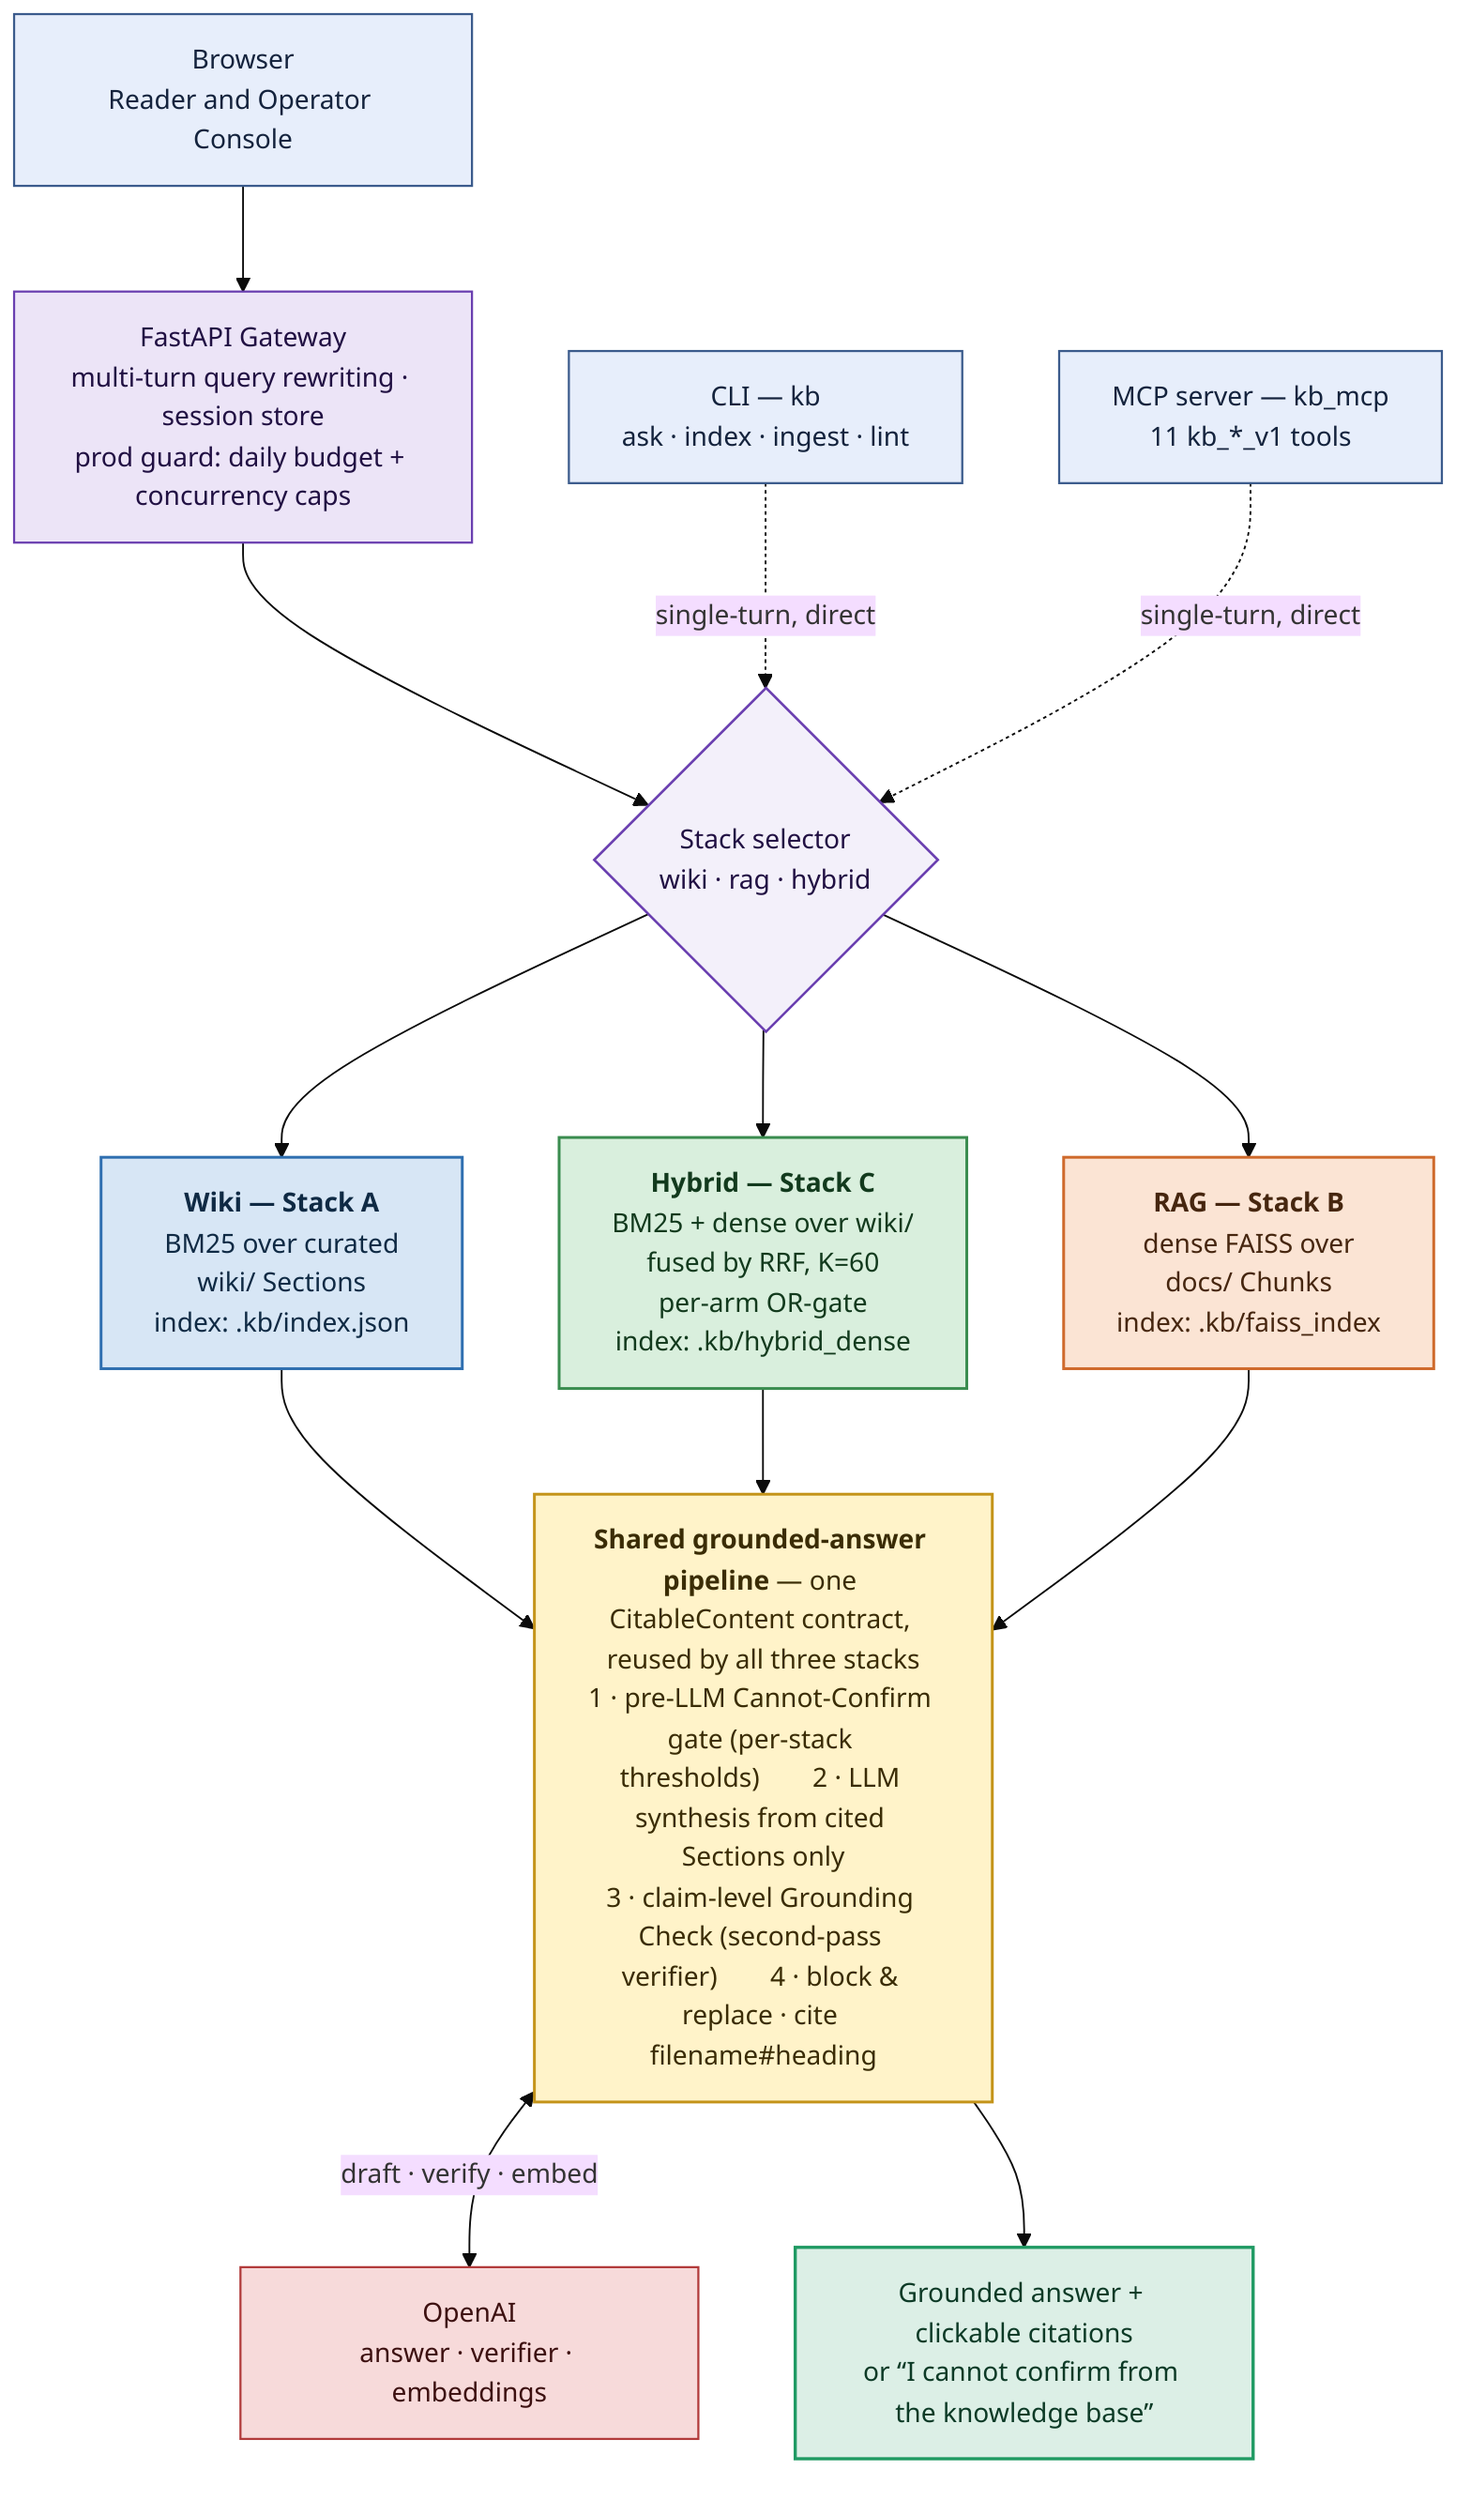
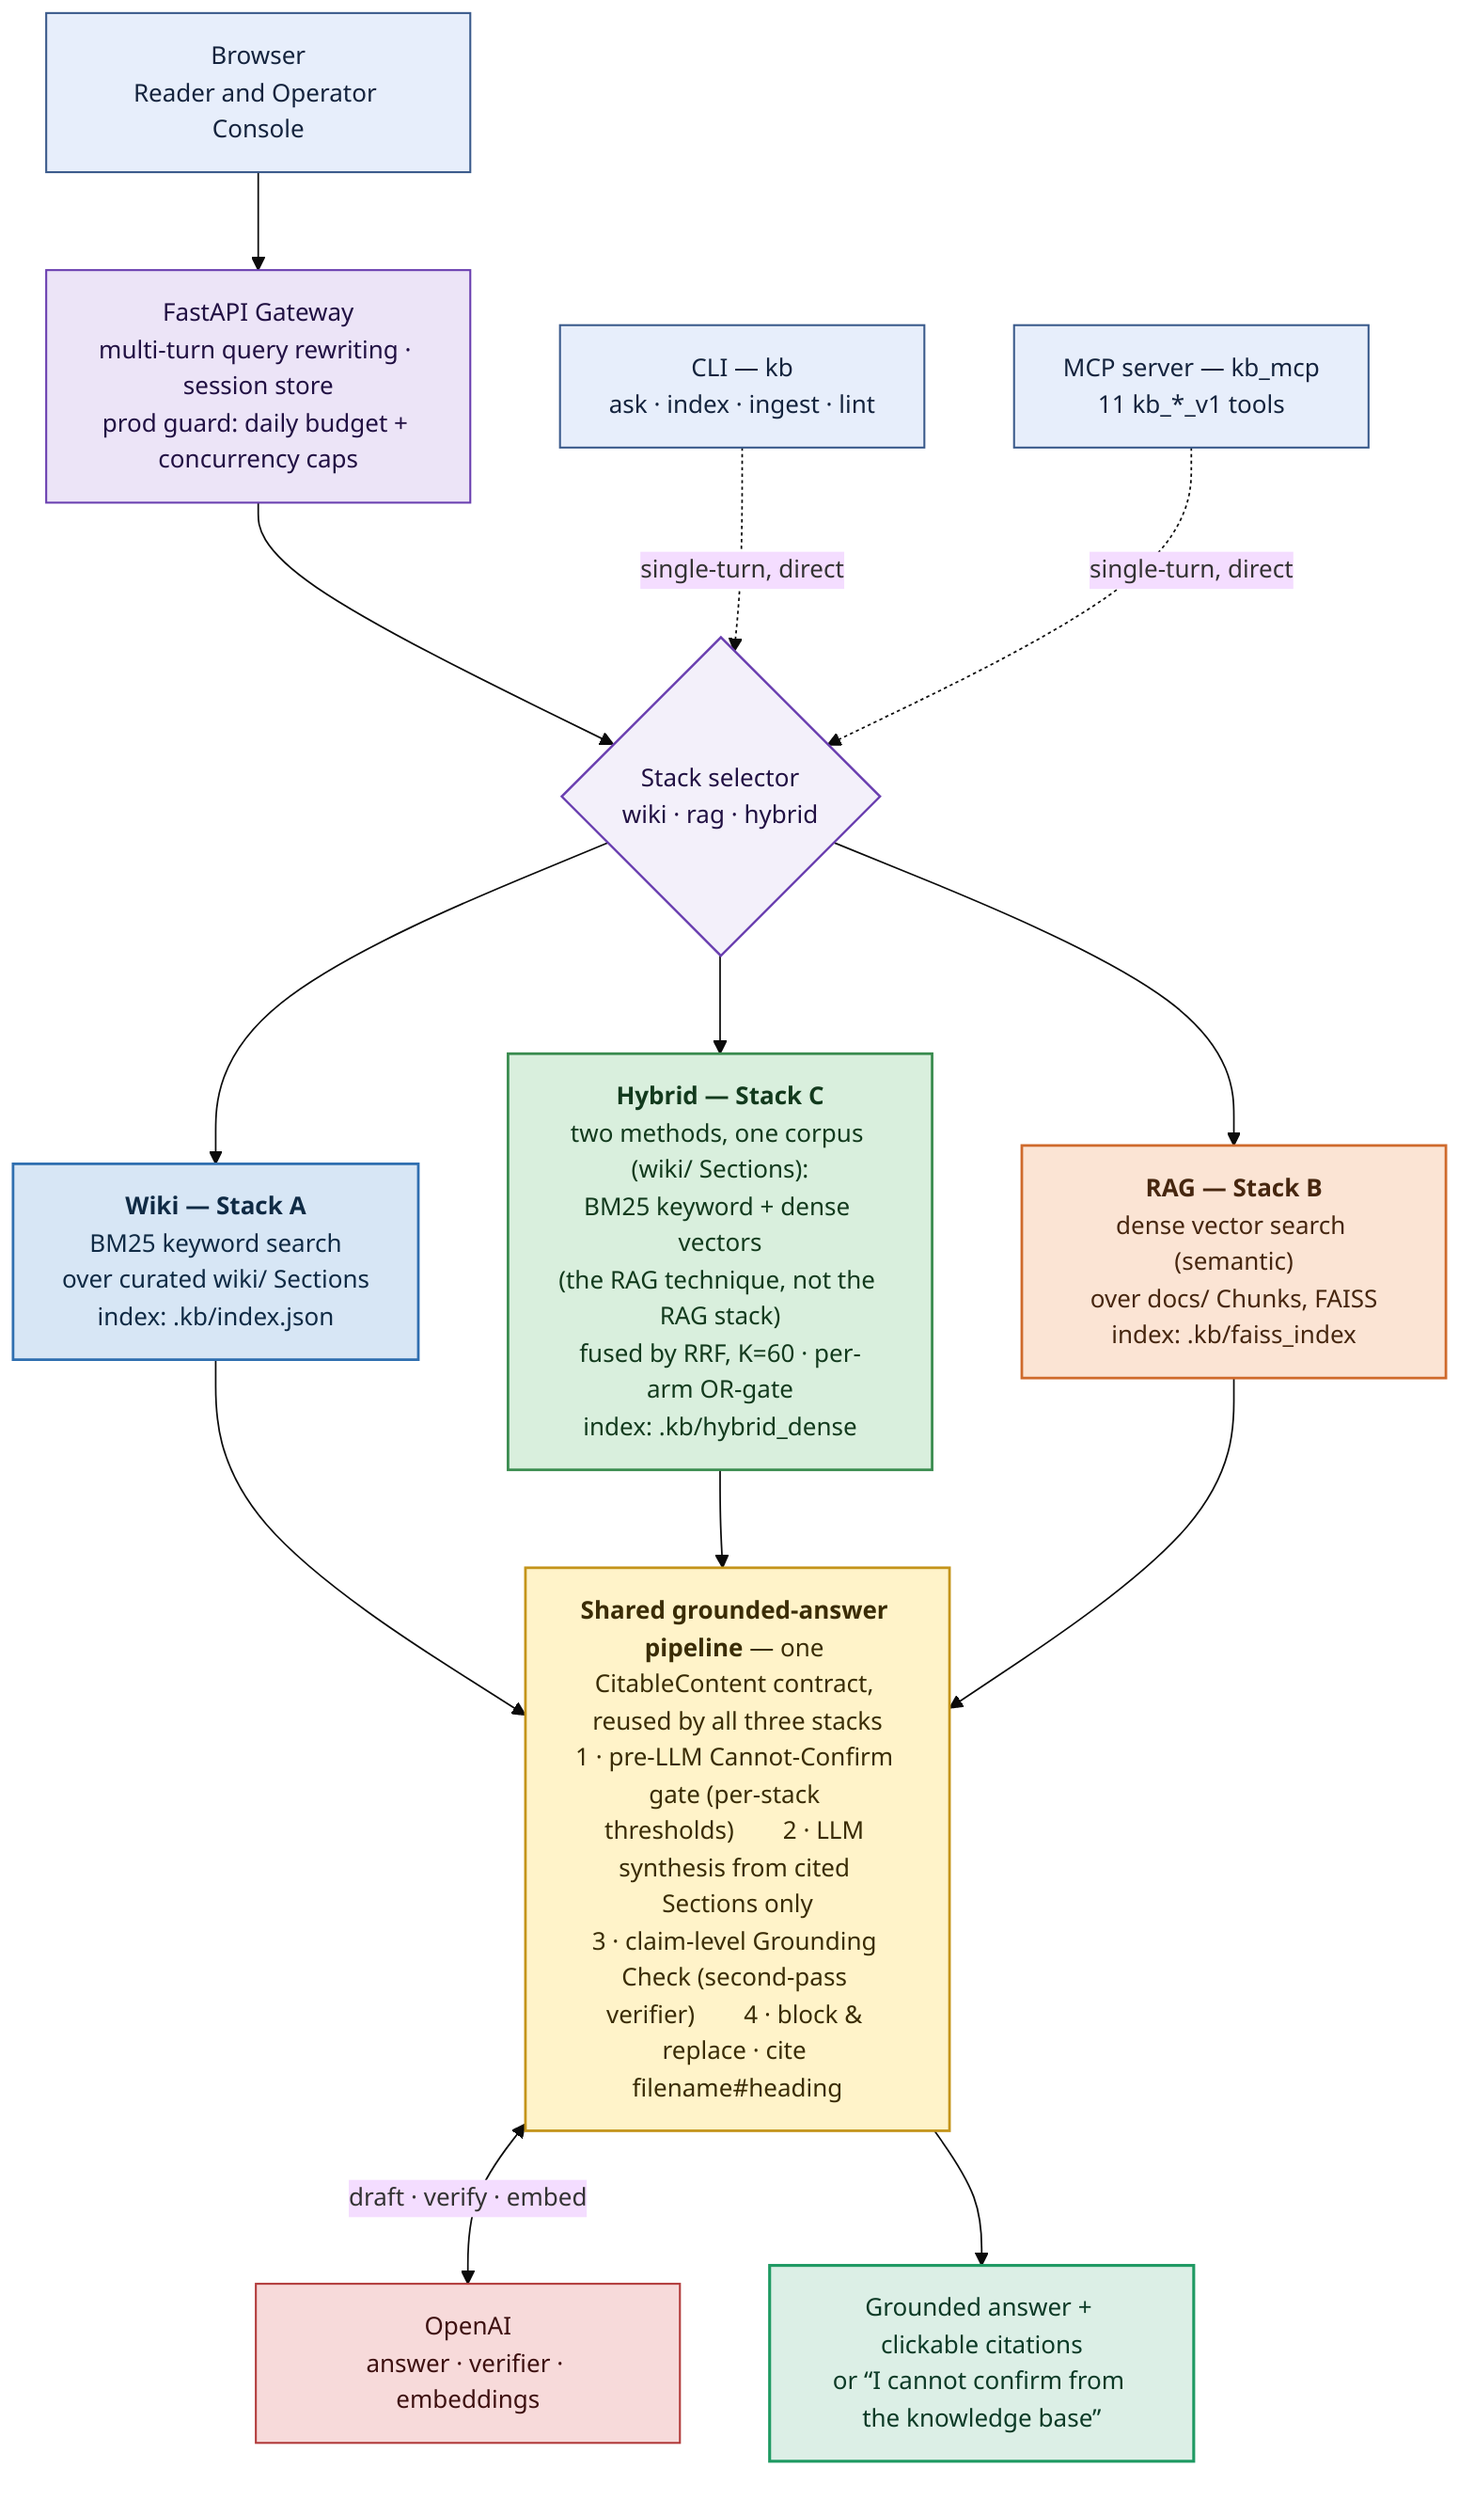
%%{init: {"theme":"base","themeVariables":{"fontFamily":"Segoe UI, Helvetica, Arial","fontSize":"15px"}, "flowchart":{"nodeSpacing":55,"rankSpacing":60}}}%%
flowchart TB
    classDef iface fill:#e7eefb,stroke:#3b5b8c,stroke-width:1.2px,color:#14233d;
    classDef gw fill:#ece4f7,stroke:#6a3fb0,stroke-width:1.2px,color:#211043;
    classDef sel fill:#f3f0fa,stroke:#6a3fb0,stroke-width:1.4px,color:#211043;
    classDef wiki fill:#d7e6f5,stroke:#2f6fb0,stroke-width:1.6px,color:#0f2a44;
    classDef hybrid fill:#d9efdd,stroke:#3a8c4f,stroke-width:1.6px,color:#123a1d;
    classDef rag fill:#fbe4d4,stroke:#cf6a2c,stroke-width:1.6px,color:#46260f;
    classDef shared fill:#fff3c9,stroke:#c4941a,stroke-width:1.6px,color:#3a2c05;
    classDef ext fill:#f7dada,stroke:#b23b3b,stroke-width:1.2px,color:#3d1010;
    classDef ans fill:#dcefe6,stroke:#1f9a63,stroke-width:1.8px,color:#0c3a26;

    CLI["CLI — kb<br/>ask · index · ingest · lint"]:::iface
    BR["Browser<br/>Reader and Operator Console"]:::iface
    MCP["MCP server — kb_mcp<br/>11 kb_*_v1 tools"]:::iface

    GW["FastAPI Gateway<br/>multi-turn query rewriting · session store<br/>prod guard: daily budget + concurrency caps"]:::gw
    SEL{"Stack selector<br/>wiki · rag · hybrid"}:::sel

    BR --> GW
    GW --> SEL
    CLI -. "single-turn, direct" .-> SEL
    MCP -. "single-turn, direct" .-> SEL

-     WIKI["<b>Wiki — Stack A</b><br/>BM25 over curated<br/>wiki/ Sections<br/>index: .kb/index.json"]:::wiki
-     HYB["<b>Hybrid — Stack C</b><br/>BM25 + dense over wiki/<br/>fused by RRF, K=60<br/>per-arm OR-gate<br/>index: .kb/hybrid_dense"]:::hybrid
-     RAG["<b>RAG — Stack B</b><br/>dense FAISS over<br/>docs/ Chunks<br/>index: .kb/faiss_index"]:::rag
+     WIKI["<b>Wiki — Stack A</b><br/>BM25 keyword search<br/>over curated wiki/ Sections<br/>index: .kb/index.json"]:::wiki
+     HYB["<b>Hybrid — Stack C</b><br/>two methods, one corpus (wiki/ Sections):<br/>BM25 keyword + dense vectors<br/>(the RAG technique, not the RAG stack)<br/>fused by RRF, K=60 · per-arm OR-gate<br/>index: .kb/hybrid_dense"]:::hybrid
+     RAG["<b>RAG — Stack B</b><br/>dense vector search (semantic)<br/>over docs/ Chunks, FAISS<br/>index: .kb/faiss_index"]:::rag

    SEL --> WIKI
    SEL --> HYB
    SEL --> RAG

    PIPE["<b>Shared grounded-answer pipeline</b> — one CitableContent contract, reused by all three stacks<br/>1 · pre-LLM Cannot-Confirm gate (per-stack thresholds)　　2 · LLM synthesis from cited Sections only<br/>3 · claim-level Grounding Check (second-pass verifier)　　4 · block &amp; replace · cite filename#heading"]:::shared

    WIKI --> PIPE
    HYB --> PIPE
    RAG --> PIPE

    OAI["OpenAI<br/>answer · verifier · embeddings"]:::ext
    ANS["Grounded answer + clickable citations<br/>or “I cannot confirm from the knowledge base”"]:::ans

    PIPE <-->|"draft · verify · embed"| OAI
    PIPE --> ANS
